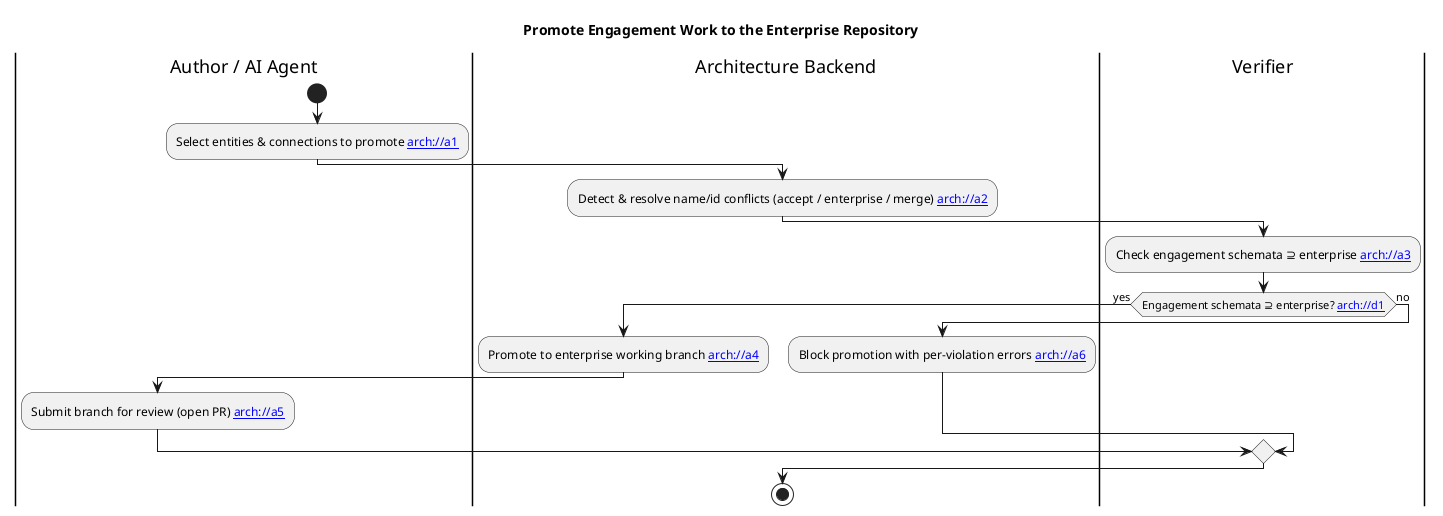
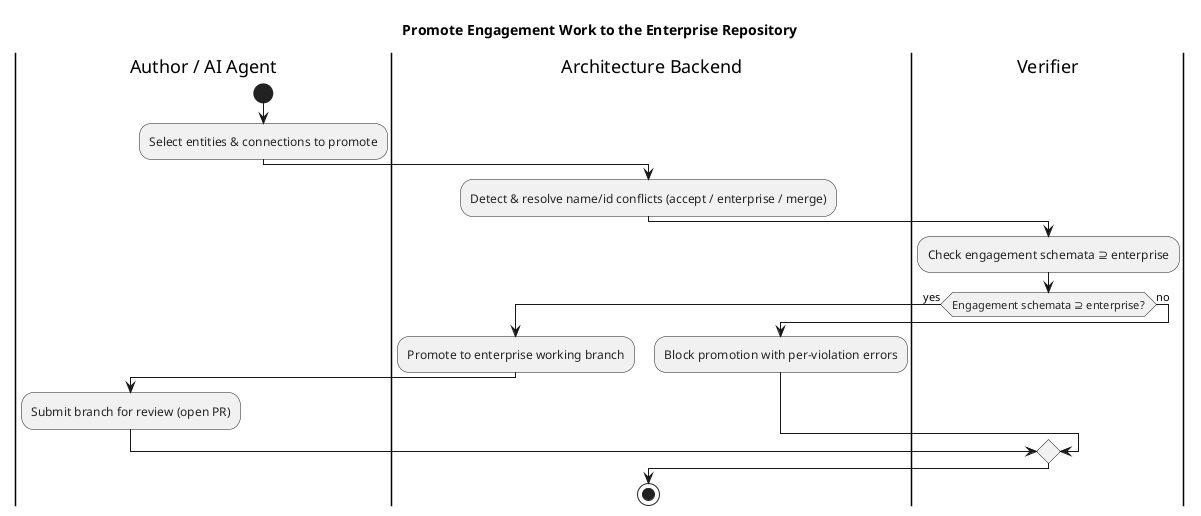
---
artifact-id: ACT@1781338474.NTuMXo.promote-engagement-work-to-the-enterprise-baseline
artifact-type: diagram
name: Promote Engagement Work to the Enterprise Repository
version: 0.1.0
status: draft
diagram-type: activity
diagram-entities:
  swimlane:
  - id: author
    label: Author / AI Agent
  - id: backend
    label: Architecture Backend
  - id: verifier
    label: Verifier
  action:
  - id: a1
    label: Select entities & connections to promote
  - id: a2
    label: Detect & resolve name/id conflicts (accept / enterprise / merge)
  - id: a3
    label: "Check engagement schemata \u2287 enterprise"
  - id: a4
    label: Promote to enterprise working branch
  - id: a5
    label: Submit branch for review (open PR)
  - id: a6
    label: Block promotion with per-violation errors
  decision:
  - id: d1
    condition: "Engagement schemata \u2287 enterprise"
    then_label: 'yes'
    else_label: 'no'
connections:
- id: l1
  conn_type: step-in-lane
  source: a1
  target: author
- id: l2
  conn_type: step-in-lane
  source: a2
  target: backend
- id: l3
  conn_type: step-in-lane
  source: a3
  target: verifier
- id: l4
  conn_type: step-in-lane
  source: d1
  target: verifier
- id: l5
  conn_type: step-in-lane
  source: a4
  target: backend
- id: l6
  conn_type: step-in-lane
  source: a5
  target: author
- id: l7
  conn_type: step-in-lane
  source: a6
  target: backend
- id: f1
  conn_type: step-flow
  source: a1
  target: a2
- id: f2
  conn_type: step-flow
  source: a2
  target: a3
- id: f3
  conn_type: step-flow
  source: a3
  target: d1
- id: t1
  conn_type: step-then
  source: d1
  target: a4
- id: f4
  conn_type: step-flow
  source: a4
  target: a5
- id: e1
  conn_type: step-else
  source: d1
  target: a6
- last-updated: '2026-07-05'
+ last-updated: '2026-07-06'
---
@startuml promote-engagement-work-to-the-enterprise-repository
+ skinparam hyperlinkColor #252327
+ skinparam hyperlinkUnderline false
title Promote Engagement Work to the Enterprise Repository

|Author / AI Agent|
start

- :Select entities & connections to promote [[arch://a1]];
+ :[[arch://a1 Select entities & connections to promote]];
|Architecture Backend|
- :Detect & resolve name/id conflicts (accept / enterprise / merge) [[arch://a2]];
+ :[[arch://a2 Detect & resolve name/id conflicts (accept / enterprise / merge)]];
|Verifier|
- :Check engagement schemata ⊇ enterprise [[arch://a3]];
- if (Engagement schemata ⊇ enterprise? [[arch://d1]]) then (yes)
+ :[[arch://a3 Check engagement schemata ⊇ enterprise]];
+ if ([[arch://d1 Engagement schemata ⊇ enterprise?]]) then (yes)
|Architecture Backend|
- :Promote to enterprise working branch [[arch://a4]];
+ :[[arch://a4 Promote to enterprise working branch]];
|Author / AI Agent|
- :Submit branch for review (open PR) [[arch://a5]];
+ :[[arch://a5 Submit branch for review (open PR)]];
else (no)
|Architecture Backend|
- :Block promotion with per-violation errors [[arch://a6]];
+ :[[arch://a6 Block promotion with per-violation errors]];
endif

stop
@enduml
